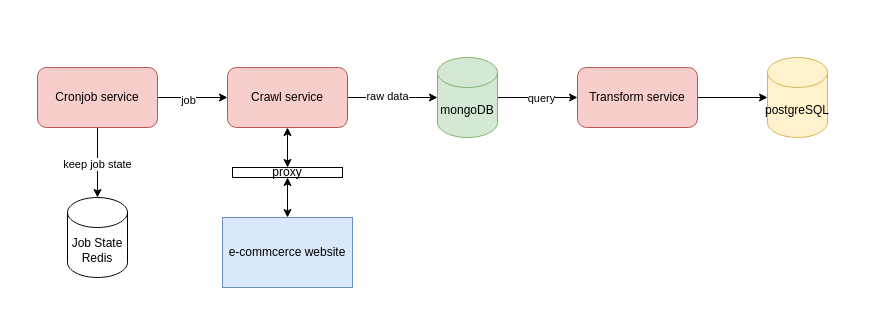
Duchieuctk41/crawl keeps this draw.io diagram as Untitled Diagram.drawio. Above is the earlier version. Source tidied: cells renumbered, new cells numbered last; positions are measured from the earlier drawing's top-left corner, leaving out a move shared by most shapes. Both pictures are drawn from the tidied source at 100%, with x=0, y=0 at pixel (37, 57).
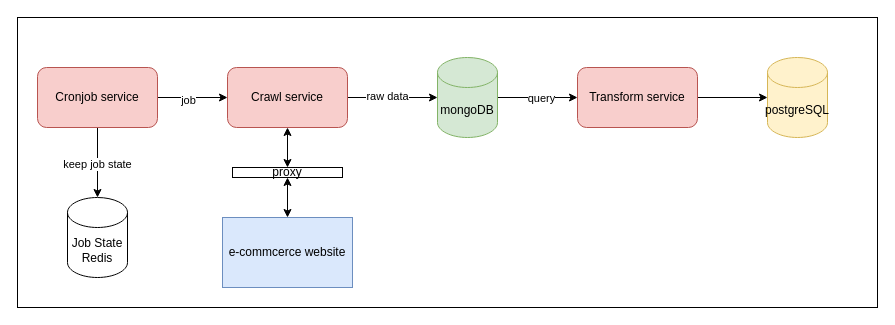
The same diagram, later.

Change to the diagram source:
```diff
@@
+    <mxCell id="21" style="rounded=0;whiteSpace=wrap;html=1;" parent="1" vertex="1">
+      <mxGeometry x="-20" y="-40" width="860" height="290" as="geometry" />
+    </mxCell>
```
